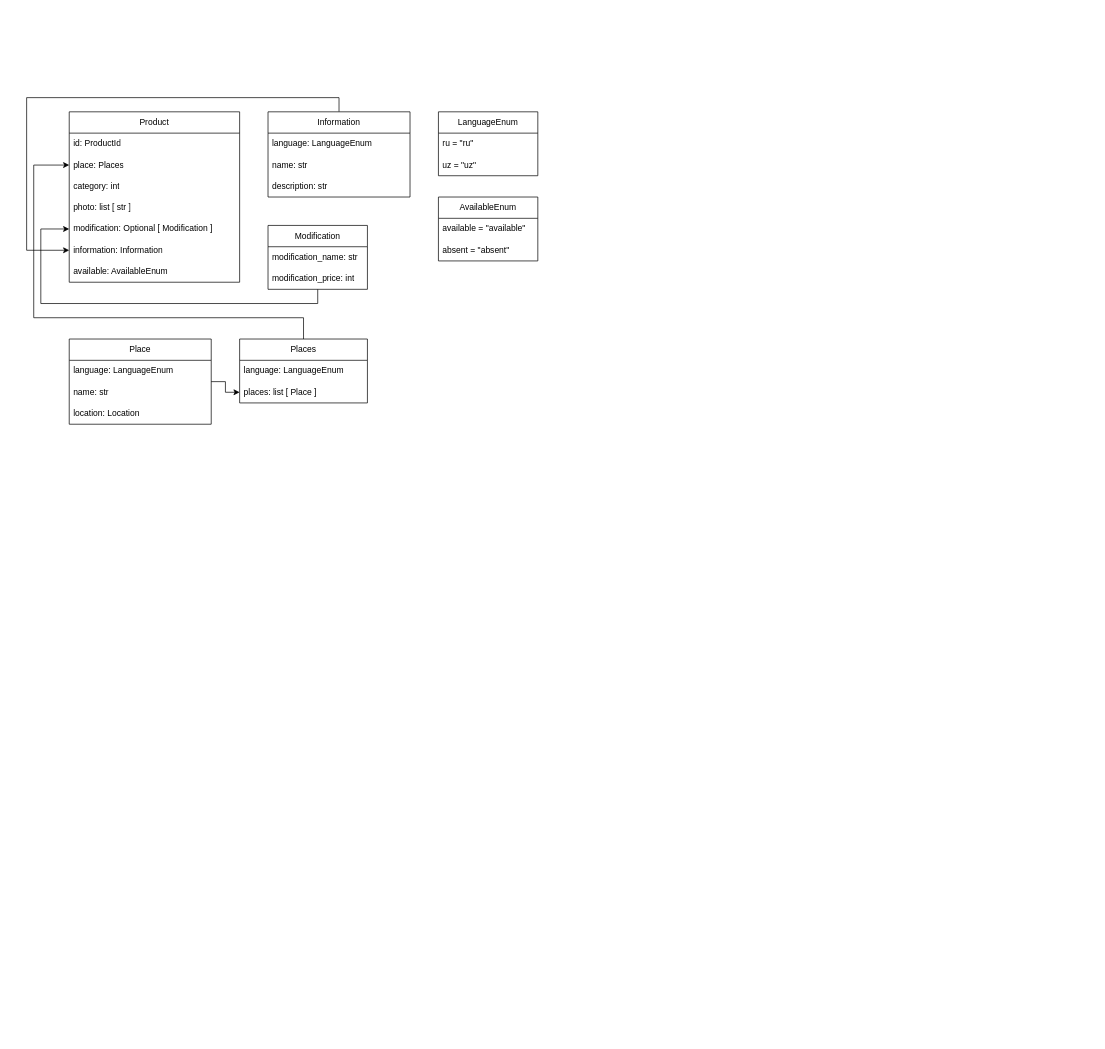
This is page "Страница 1" (1 of 2) of Delivery bot.drawio from KmvRoman/Diagrams, a draw.io file, before an edit. Source tidied: cells renumbered, new cells numbered last; positions are measured from the earlier drawing's top-left corner, leaving out a move shared by most shapes. Both pictures are drawn from the tidied source at 71%, with x=0, y=0 at pixel (26, 97).
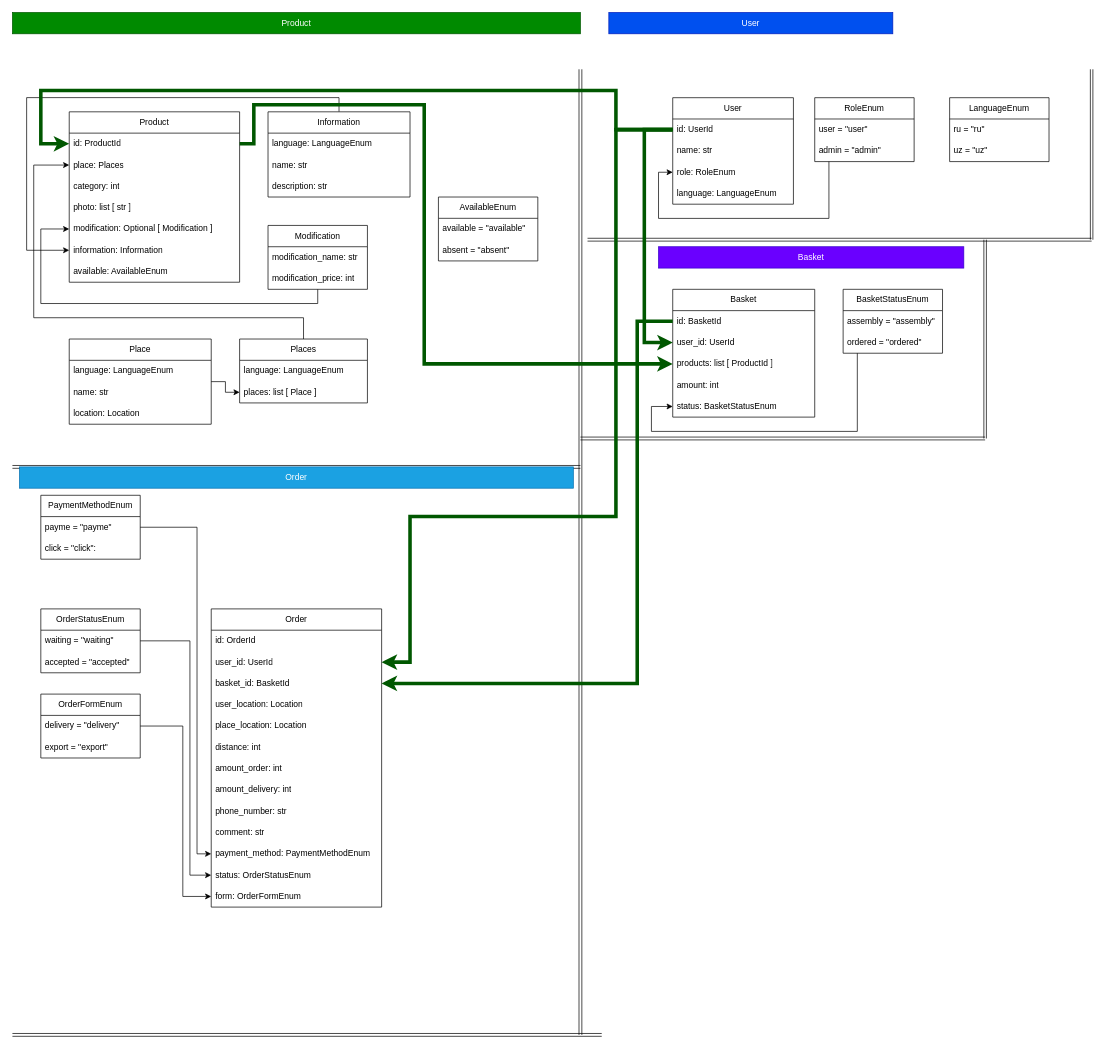
Above is the later version.

Unchanged cells that the change refers to:
```xml
<mxCell id="3" value="id: ProductId" style="text;strokeColor=none;fillColor=none;align=left;verticalAlign=middle;spacingLeft=4;spacingRight=4;overflow=hidden;points=[[0,0.5],[1,0.5]];portConstraint=eastwest;whiteSpace=wrap;html=1;" parent="2" vertex="1">
  <mxGeometry y="30" width="240" height="30" as="geometry" />
</mxCell>
```

The edit, as a diff of the source:
```diff
@@
     <mxCell id="28" value="LanguageEnum" style="swimlane;fontStyle=0;horizontal=1;startSize=30;whiteSpace=wrap;html=1;" parent="1" vertex="1">
-      <mxGeometry x="580" y="20" width="140" height="90" as="geometry" />
+      <mxGeometry x="1300" y="0.1" width="140" height="90" as="geometry" />
     </mxCell>
@@
+    <mxCell id="34" value="Product" style="rounded=0;whiteSpace=wrap;html=1;fillColor=#008a00;fontColor=#ffffff;strokeColor=#005700;" parent="1" vertex="1">
+      <mxGeometry x="-20" y="-119.9" width="800" height="30" as="geometry" />
+    </mxCell>
+    <mxCell id="35" value="User" style="swimlane;fontStyle=0;horizontal=1;startSize=30;whiteSpace=wrap;html=1;" parent="1" vertex="1">
+      <mxGeometry x="910" y="0.1" width="170" height="150" as="geometry" />
+    </mxCell>
+    <mxCell id="36" value="id: UserId" style="text;strokeColor=none;fillColor=none;align=left;verticalAlign=middle;spacingLeft=4;spacingRight=4;overflow=hidden;points=[[0,0.5],[1,0.5]];portConstraint=eastwest;whiteSpace=wrap;html=1;" parent="35" vertex="1">
+      <mxGeometry y="30" width="170" height="30" as="geometry" />
+    </mxCell>
+    <mxCell id="37" value="name: str" style="text;strokeColor=none;fillColor=none;align=left;verticalAlign=middle;spacingLeft=4;spacingRight=4;overflow=hidden;whiteSpace=wrap;html=1;" parent="35" vertex="1">
+      <mxGeometry y="60" width="170" height="30" as="geometry" />
+    </mxCell>
+    <mxCell id="38" value="role: RoleEnum" style="text;strokeColor=none;fillColor=none;align=left;verticalAlign=middle;spacingLeft=4;spacingRight=4;overflow=hidden;points=[[0,0.5],[1,0.5]];portConstraint=eastwest;whiteSpace=wrap;html=1;" parent="35" vertex="1">
+      <mxGeometry y="90" width="170" height="30" as="geometry" />
+    </mxCell>
+    <mxCell id="39" value="language: LanguageEnum" style="text;strokeColor=none;fillColor=none;align=left;verticalAlign=middle;spacingLeft=4;spacingRight=4;overflow=hidden;whiteSpace=wrap;html=1;" parent="35" vertex="1">
+      <mxGeometry y="120" width="170" height="30" as="geometry" />
+    </mxCell>
+    <mxCell id="40" style="edgeStyle=orthogonalEdgeStyle;rounded=0;jettySize=auto;html=1;entryX=0;entryY=0.5;entryDx=0;entryDy=0;" parent="1" edge="1" source="41" target="38">
+      <mxGeometry relative="1" as="geometry">
+        <Array as="points">
+          <mxPoint x="1130" y="170.1" />
+          <mxPoint x="890" y="170.1" />
+          <mxPoint x="890" y="105.1" />
+        </Array>
+      </mxGeometry>
+    </mxCell>
+    <mxCell id="41" value="RoleEnum" style="swimlane;fontStyle=0;horizontal=1;startSize=30;whiteSpace=wrap;html=1;" parent="1" vertex="1">
+      <mxGeometry x="1110" y="0.1" width="140" height="90" as="geometry" />
+    </mxCell>
+    <mxCell id="42" value="user = &quot;user&quot;" style="text;strokeColor=none;fillColor=none;align=left;verticalAlign=middle;spacingLeft=4;spacingRight=4;overflow=hidden;whiteSpace=wrap;html=1;" parent="41" vertex="1">
+      <mxGeometry y="30" width="140" height="30" as="geometry" />
+    </mxCell>
+    <mxCell id="43" value="admin = &quot;admin&quot;" style="text;strokeColor=none;fillColor=none;align=left;verticalAlign=middle;spacingLeft=4;spacingRight=4;overflow=hidden;whiteSpace=wrap;html=1;" parent="41" vertex="1">
+      <mxGeometry y="60" width="140" height="30" as="geometry" />
+    </mxCell>
+    <mxCell id="44" value="User" style="rounded=0;whiteSpace=wrap;html=1;fillColor=#0050ef;fontColor=#ffffff;strokeColor=#001DBC;" parent="1" vertex="1">
+      <mxGeometry x="820" y="-119.9" width="400" height="30" as="geometry" />
+    </mxCell>
+    <mxCell id="45" value="Basket" style="swimlane;fontStyle=0;horizontal=1;startSize=30;whiteSpace=wrap;html=1;" parent="1" vertex="1">
+      <mxGeometry x="910" y="270" width="200" height="180" as="geometry" />
+    </mxCell>
+    <mxCell id="46" value="id: BasketId" style="text;strokeColor=none;fillColor=none;align=left;verticalAlign=middle;spacingLeft=4;spacingRight=4;overflow=hidden;points=[[0,0.5],[1,0.5]];portConstraint=eastwest;whiteSpace=wrap;html=1;" parent="45" vertex="1">
+      <mxGeometry y="30" width="200" height="30" as="geometry" />
+    </mxCell>
+    <mxCell id="47" value="user_id: UserId" style="text;strokeColor=none;fillColor=none;align=left;verticalAlign=middle;spacingLeft=4;spacingRight=4;overflow=hidden;points=[[0,0.5],[1,0.5]];portConstraint=eastwest;whiteSpace=wrap;html=1;" parent="45" vertex="1">
+      <mxGeometry y="60" width="200" height="30" as="geometry" />
+    </mxCell>
+    <mxCell id="48" value="products: list [ ProductId ]" style="text;strokeColor=none;fillColor=none;align=left;verticalAlign=middle;spacingLeft=4;spacingRight=4;overflow=hidden;points=[[0,0.5],[1,0.5]];portConstraint=eastwest;whiteSpace=wrap;html=1;" parent="45" vertex="1">
+      <mxGeometry y="90" width="200" height="30" as="geometry" />
+    </mxCell>
+    <mxCell id="49" value="amount: int" style="text;strokeColor=none;fillColor=none;align=left;verticalAlign=middle;spacingLeft=4;spacingRight=4;overflow=hidden;whiteSpace=wrap;html=1;" parent="45" vertex="1">
+      <mxGeometry y="120" width="200" height="30" as="geometry" />
+    </mxCell>
+    <mxCell id="50" value="status: BasketStatusEnum" style="text;strokeColor=none;fillColor=none;align=left;verticalAlign=middle;spacingLeft=4;spacingRight=4;overflow=hidden;points=[[0,0.5],[1,0.5]];portConstraint=eastwest;whiteSpace=wrap;html=1;" parent="45" vertex="1">
+      <mxGeometry y="150" width="200" height="30" as="geometry" />
+    </mxCell>
+    <mxCell id="51" style="shape=link;html=1;rounded=0;" parent="1" edge="1">
+      <mxGeometry relative="1" as="geometry">
+        <mxPoint x="-20" y="520.1" as="sourcePoint" />
+        <mxPoint x="780" y="520.1" as="targetPoint" />
+      </mxGeometry>
+    </mxCell>
+    <mxCell id="52" style="shape=link;html=1;rounded=0;" parent="1" edge="1">
+      <mxGeometry relative="1" as="geometry">
+        <mxPoint x="780" y="-39.9" as="sourcePoint" />
+        <mxPoint x="780" y="1320.1" as="targetPoint" />
+      </mxGeometry>
+    </mxCell>
+    <mxCell id="53" style="edgeStyle=orthogonalEdgeStyle;rounded=0;jettySize=auto;html=1;entryX=0;entryY=0.5;entryDx=0;entryDy=0;" parent="1" edge="1" source="54" target="50">
+      <mxGeometry relative="1" as="geometry">
+        <Array as="points">
+          <mxPoint x="1170" y="470.1" />
+          <mxPoint x="880" y="470.1" />
+          <mxPoint x="880" y="435.1" />
+        </Array>
+      </mxGeometry>
+    </mxCell>
+    <mxCell id="54" value="BasketStatusEnum" style="swimlane;fontStyle=0;horizontal=1;startSize=30;whiteSpace=wrap;html=1;" parent="1" vertex="1">
+      <mxGeometry x="1150" y="270" width="140" height="90" as="geometry" />
+    </mxCell>
+    <mxCell id="55" value="assembly = &quot;assembly&quot;" style="text;strokeColor=none;fillColor=none;align=left;verticalAlign=middle;spacingLeft=4;spacingRight=4;overflow=hidden;whiteSpace=wrap;html=1;" parent="54" vertex="1">
+      <mxGeometry y="30" width="140" height="30" as="geometry" />
+    </mxCell>
+    <mxCell id="56" value="ordered = &quot;ordered&quot;" style="text;strokeColor=none;fillColor=none;align=left;verticalAlign=middle;spacingLeft=4;spacingRight=4;overflow=hidden;whiteSpace=wrap;html=1;" parent="54" vertex="1">
+      <mxGeometry y="60" width="140" height="30" as="geometry" />
+    </mxCell>
+    <mxCell id="57" style="shape=link;html=1;rounded=0;" parent="1" edge="1">
+      <mxGeometry relative="1" as="geometry">
+        <mxPoint x="790" y="200.1" as="sourcePoint" />
+        <mxPoint x="1500" y="200.1" as="targetPoint" />
+      </mxGeometry>
+    </mxCell>
+    <mxCell id="58" style="shape=link;html=1;rounded=0;width=-3.548387096774194;" parent="1" edge="1">
+      <mxGeometry relative="1" as="geometry">
+        <mxPoint x="1500" y="-39.9" as="sourcePoint" />
+        <mxPoint x="1500" y="200.1" as="targetPoint" />
+      </mxGeometry>
+    </mxCell>
+    <mxCell id="59" style="shape=link;html=1;rounded=0;width=-3.548387096774194;" parent="1" edge="1">
+      <mxGeometry relative="1" as="geometry">
+        <mxPoint x="1350" y="200.1" as="sourcePoint" />
+        <mxPoint x="1350" y="480.1" as="targetPoint" />
+      </mxGeometry>
+    </mxCell>
+    <mxCell id="60" style="shape=link;html=1;rounded=0;" parent="1" edge="1">
+      <mxGeometry relative="1" as="geometry">
+        <mxPoint x="780" y="480.1" as="sourcePoint" />
+        <mxPoint x="1350" y="480.1" as="targetPoint" />
+      </mxGeometry>
+    </mxCell>
+    <mxCell id="61" value="Basket" style="rounded=0;whiteSpace=wrap;html=1;fillColor=#6a00ff;fontColor=#ffffff;strokeColor=#3700CC;" parent="1" vertex="1">
+      <mxGeometry x="890" y="210" width="430" height="30.1" as="geometry" />
+    </mxCell>
+    <mxCell id="62" style="shape=link;html=1;rounded=0;" parent="1" edge="1">
+      <mxGeometry relative="1" as="geometry">
+        <mxPoint x="-20" y="1320.1" as="sourcePoint" />
+        <mxPoint x="810" y="1320.1" as="targetPoint" />
+      </mxGeometry>
+    </mxCell>
+    <mxCell id="63" value="Order" style="swimlane;fontStyle=0;horizontal=1;startSize=30;whiteSpace=wrap;html=1;" parent="1" vertex="1">
+      <mxGeometry x="260" y="720.1" width="240" height="420" as="geometry" />
+    </mxCell>
+    <mxCell id="64" value="id: OrderId" style="text;strokeColor=none;fillColor=none;align=left;verticalAlign=middle;spacingLeft=4;spacingRight=4;overflow=hidden;whiteSpace=wrap;html=1;" parent="63" vertex="1">
+      <mxGeometry y="30" width="240" height="30" as="geometry" />
+    </mxCell>
+    <mxCell id="65" value="user_id: UserId" style="text;strokeColor=none;fillColor=none;align=left;verticalAlign=middle;spacingLeft=4;spacingRight=4;overflow=hidden;points=[[0,0.5],[1,0.5]];portConstraint=eastwest;whiteSpace=wrap;html=1;" parent="63" vertex="1">
+      <mxGeometry y="60" width="240" height="30" as="geometry" />
+    </mxCell>
+    <mxCell id="66" value="basket_id: BasketId" style="text;strokeColor=none;fillColor=none;align=left;verticalAlign=middle;spacingLeft=4;spacingRight=4;overflow=hidden;points=[[0,0.5],[1,0.5]];portConstraint=eastwest;whiteSpace=wrap;html=1;" parent="63" vertex="1">
+      <mxGeometry y="90" width="240" height="30" as="geometry" />
+    </mxCell>
+    <mxCell id="67" value="user_location: Location" style="text;strokeColor=none;fillColor=none;align=left;verticalAlign=middle;spacingLeft=4;spacingRight=4;overflow=hidden;whiteSpace=wrap;html=1;" parent="63" vertex="1">
+      <mxGeometry y="120" width="240" height="30" as="geometry" />
+    </mxCell>
+    <mxCell id="68" value="place_location: Location" style="text;strokeColor=none;fillColor=none;align=left;verticalAlign=middle;spacingLeft=4;spacingRight=4;overflow=hidden;whiteSpace=wrap;html=1;" parent="63" vertex="1">
+      <mxGeometry y="150" width="240" height="30" as="geometry" />
+    </mxCell>
+    <mxCell id="69" value="distance: int" style="text;strokeColor=none;fillColor=none;align=left;verticalAlign=middle;spacingLeft=4;spacingRight=4;overflow=hidden;whiteSpace=wrap;html=1;" parent="63" vertex="1">
+      <mxGeometry y="180" width="240" height="30" as="geometry" />
+    </mxCell>
+    <mxCell id="70" value="amount_order: int" style="text;strokeColor=none;fillColor=none;align=left;verticalAlign=middle;spacingLeft=4;spacingRight=4;overflow=hidden;whiteSpace=wrap;html=1;" parent="63" vertex="1">
+      <mxGeometry y="210" width="240" height="30" as="geometry" />
+    </mxCell>
+    <mxCell id="71" value="amount_delivery: int" style="text;strokeColor=none;fillColor=none;align=left;verticalAlign=middle;spacingLeft=4;spacingRight=4;overflow=hidden;whiteSpace=wrap;html=1;" parent="63" vertex="1">
+      <mxGeometry y="240" width="240" height="30" as="geometry" />
+    </mxCell>
+    <mxCell id="72" value="phone_number: str" style="text;strokeColor=none;fillColor=none;align=left;verticalAlign=middle;spacingLeft=4;spacingRight=4;overflow=hidden;whiteSpace=wrap;html=1;" parent="63" vertex="1">
+      <mxGeometry y="270" width="240" height="30" as="geometry" />
+    </mxCell>
+    <mxCell id="73" value="comment: str" style="text;strokeColor=none;fillColor=none;align=left;verticalAlign=middle;spacingLeft=4;spacingRight=4;overflow=hidden;whiteSpace=wrap;html=1;" parent="63" vertex="1">
+      <mxGeometry y="300" width="240" height="30" as="geometry" />
+    </mxCell>
+    <mxCell id="74" value="payment_method: PaymentMethodEnum" style="text;strokeColor=none;fillColor=none;align=left;verticalAlign=middle;spacingLeft=4;spacingRight=4;overflow=hidden;points=[[0,0.5],[1,0.5]];portConstraint=eastwest;whiteSpace=wrap;html=1;" parent="63" vertex="1">
+      <mxGeometry y="330" width="240" height="30" as="geometry" />
+    </mxCell>
+    <mxCell id="75" value="status: OrderStatusEnum" style="text;strokeColor=none;fillColor=none;align=left;verticalAlign=middle;spacingLeft=4;spacingRight=4;overflow=hidden;points=[[0,0.5],[1,0.5]];portConstraint=eastwest;whiteSpace=wrap;html=1;" parent="63" vertex="1">
+      <mxGeometry y="360" width="240" height="30" as="geometry" />
+    </mxCell>
+    <mxCell id="76" value="form: OrderFormEnum" style="text;strokeColor=none;fillColor=none;align=left;verticalAlign=middle;spacingLeft=4;spacingRight=4;overflow=hidden;points=[[0,0.5],[1,0.5]];portConstraint=eastwest;whiteSpace=wrap;html=1;" parent="63" vertex="1">
+      <mxGeometry y="390" width="240" height="30" as="geometry" />
+    </mxCell>
+    <mxCell id="77" style="edgeStyle=orthogonalEdgeStyle;rounded=0;jettySize=auto;html=1;entryX=0;entryY=0.5;entryDx=0;entryDy=0;" parent="1" edge="1" source="78" target="74">
+      <mxGeometry relative="1" as="geometry">
+        <Array as="points">
+          <mxPoint x="240" y="605.1" />
+          <mxPoint x="240" y="1065.1" />
+        </Array>
+      </mxGeometry>
+    </mxCell>
+    <mxCell id="78" value="PaymentMethodEnum" style="swimlane;fontStyle=0;horizontal=1;startSize=30;whiteSpace=wrap;html=1;" parent="1" vertex="1">
+      <mxGeometry x="20" y="560.1" width="140" height="90" as="geometry" />
+    </mxCell>
+    <mxCell id="79" value="payme = &quot;payme&quot;" style="text;strokeColor=none;fillColor=none;align=left;verticalAlign=middle;spacingLeft=4;spacingRight=4;overflow=hidden;whiteSpace=wrap;html=1;" parent="78" vertex="1">
+      <mxGeometry y="30" width="140" height="30" as="geometry" />
+    </mxCell>
+    <mxCell id="80" value="click = &quot;click&quot;:" style="text;strokeColor=none;fillColor=none;align=left;verticalAlign=middle;spacingLeft=4;spacingRight=4;overflow=hidden;whiteSpace=wrap;html=1;" parent="78" vertex="1">
+      <mxGeometry y="60" width="140" height="30" as="geometry" />
+    </mxCell>
+    <mxCell id="81" style="edgeStyle=orthogonalEdgeStyle;rounded=0;jettySize=auto;html=1;entryX=0;entryY=0.5;entryDx=0;entryDy=0;" parent="1" edge="1" source="82" target="75">
+      <mxGeometry relative="1" as="geometry">
+        <Array as="points">
+          <mxPoint x="230" y="765.1" />
+          <mxPoint x="230" y="1095.1" />
+        </Array>
+      </mxGeometry>
+    </mxCell>
+    <mxCell id="82" value="OrderStatusEnum" style="swimlane;fontStyle=0;horizontal=1;startSize=30;whiteSpace=wrap;html=1;" parent="1" vertex="1">
+      <mxGeometry x="20" y="720.1" width="140" height="90" as="geometry" />
+    </mxCell>
+    <mxCell id="83" value="waiting = &quot;waiting&quot;" style="text;strokeColor=none;fillColor=none;align=left;verticalAlign=middle;spacingLeft=4;spacingRight=4;overflow=hidden;whiteSpace=wrap;html=1;" parent="82" vertex="1">
+      <mxGeometry y="30" width="140" height="30" as="geometry" />
+    </mxCell>
+    <mxCell id="84" value="accepted = &quot;accepted&quot;" style="text;strokeColor=none;fillColor=none;align=left;verticalAlign=middle;spacingLeft=4;spacingRight=4;overflow=hidden;whiteSpace=wrap;html=1;" parent="82" vertex="1">
+      <mxGeometry y="60" width="140" height="30" as="geometry" />
+    </mxCell>
+    <mxCell id="85" style="edgeStyle=orthogonalEdgeStyle;rounded=0;jettySize=auto;html=1;entryX=0;entryY=0.5;entryDx=0;entryDy=0;" parent="1" edge="1" source="86" target="76">
+      <mxGeometry relative="1" as="geometry">
+        <Array as="points">
+          <mxPoint x="220" y="885.1" />
+          <mxPoint x="220" y="1125.1" />
+        </Array>
+      </mxGeometry>
+    </mxCell>
+    <mxCell id="86" value="OrderFormEnum" style="swimlane;fontStyle=0;horizontal=1;startSize=30;whiteSpace=wrap;html=1;" parent="1" vertex="1">
+      <mxGeometry x="20" y="840.1" width="140" height="90" as="geometry" />
+    </mxCell>
+    <mxCell id="87" value="delivery = &quot;delivery&quot;" style="text;strokeColor=none;fillColor=none;align=left;verticalAlign=middle;spacingLeft=4;spacingRight=4;overflow=hidden;whiteSpace=wrap;html=1;" parent="86" vertex="1">
+      <mxGeometry y="30" width="140" height="30" as="geometry" />
+    </mxCell>
+    <mxCell id="88" value="export = &quot;export&quot;" style="text;strokeColor=none;fillColor=none;align=left;verticalAlign=middle;spacingLeft=4;spacingRight=4;overflow=hidden;whiteSpace=wrap;html=1;" parent="86" vertex="1">
+      <mxGeometry y="60" width="140" height="30" as="geometry" />
+    </mxCell>
+    <mxCell id="89" style="edgeStyle=orthogonalEdgeStyle;rounded=0;jettySize=auto;html=1;entryX=0;entryY=0.5;entryDx=0;entryDy=0;exitX=1;exitY=0.5;exitDx=0;exitDy=0;fillColor=#008a00;strokeColor=#005700;strokeWidth=5;" parent="1" edge="1" source="3" target="48">
+      <mxGeometry relative="1" as="geometry">
+        <Array as="points">
+          <mxPoint x="320" y="65.1" />
+          <mxPoint x="320" y="10.1" />
+          <mxPoint x="560" y="10.1" />
+          <mxPoint x="560" y="375.1" />
+        </Array>
+      </mxGeometry>
+    </mxCell>
+    <mxCell id="90" style="edgeStyle=orthogonalEdgeStyle;rounded=0;jettySize=auto;html=1;entryX=1;entryY=0.5;entryDx=0;entryDy=0;fillColor=#008a00;strokeColor=#005700;strokeWidth=5;" parent="1" edge="1" source="46" target="66">
+      <mxGeometry relative="1" as="geometry">
+        <Array as="points">
+          <mxPoint x="860" y="315.1" />
+          <mxPoint x="860" y="825.1" />
+        </Array>
+      </mxGeometry>
+    </mxCell>
+    <mxCell id="91" style="edgeStyle=orthogonalEdgeStyle;rounded=0;jettySize=auto;html=1;entryX=0;entryY=0.5;entryDx=0;entryDy=0;exitX=0;exitY=0.5;exitDx=0;exitDy=0;fillColor=#008a00;strokeColor=#005700;strokeWidth=5;" parent="1" edge="1" source="36" target="3">
+      <mxGeometry relative="1" as="geometry">
+        <Array as="points">
+          <mxPoint x="830" y="45.1" />
+          <mxPoint x="830" y="-9.9" />
+          <mxPoint x="20" y="-9.9" />
+          <mxPoint x="20" y="65.1" />
+        </Array>
+      </mxGeometry>
+    </mxCell>
+    <mxCell id="92" style="edgeStyle=orthogonalEdgeStyle;rounded=0;jettySize=auto;html=1;fillColor=#008a00;strokeColor=#005700;strokeWidth=5;entryX=1;entryY=0.5;entryDx=0;entryDy=0;" parent="1" edge="1" source="36" target="65">
+      <mxGeometry relative="1" as="geometry">
+        <Array as="points">
+          <mxPoint x="830" y="45.1" />
+          <mxPoint x="830" y="590.1" />
+          <mxPoint x="540" y="590.1" />
+          <mxPoint x="540" y="795.1" />
+        </Array>
+      </mxGeometry>
+    </mxCell>
+    <mxCell id="93" style="edgeStyle=orthogonalEdgeStyle;rounded=0;jettySize=auto;html=1;entryX=0;entryY=0.5;entryDx=0;entryDy=0;fillColor=#008a00;strokeColor=#005700;strokeWidth=5;" parent="1" edge="1" source="36" target="47">
+      <mxGeometry relative="1" as="geometry">
+        <Array as="points">
+          <mxPoint x="870" y="45.1" />
+          <mxPoint x="870" y="345.1" />
+        </Array>
+      </mxGeometry>
+    </mxCell>
+    <mxCell id="94" value="Order" style="rounded=0;whiteSpace=wrap;html=1;fillColor=#1ba1e2;fontColor=#ffffff;strokeColor=#006EAF;" parent="1" vertex="1">
+      <mxGeometry x="-10" y="520.1" width="780" height="30" as="geometry" />
+    </mxCell>
```
